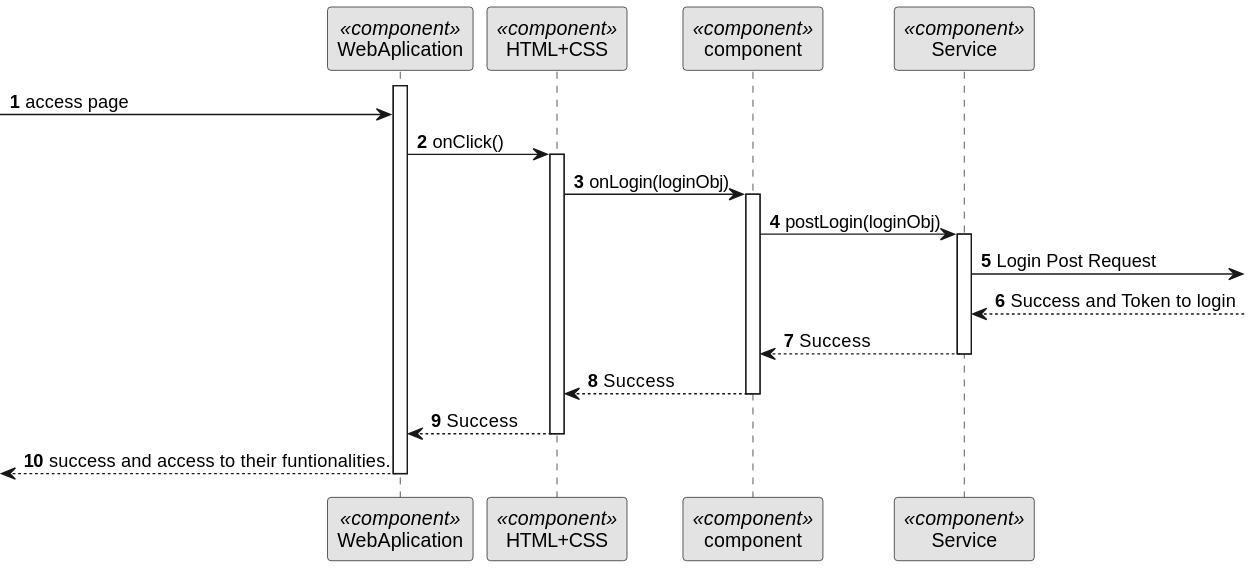
Earlier version of the PlantUML export docs/BackofficeModule/7.2.2/sequence-diagram-3.svg (Ana-Miguel-Silva/SurgicalAppointmentAndResourceManagement).
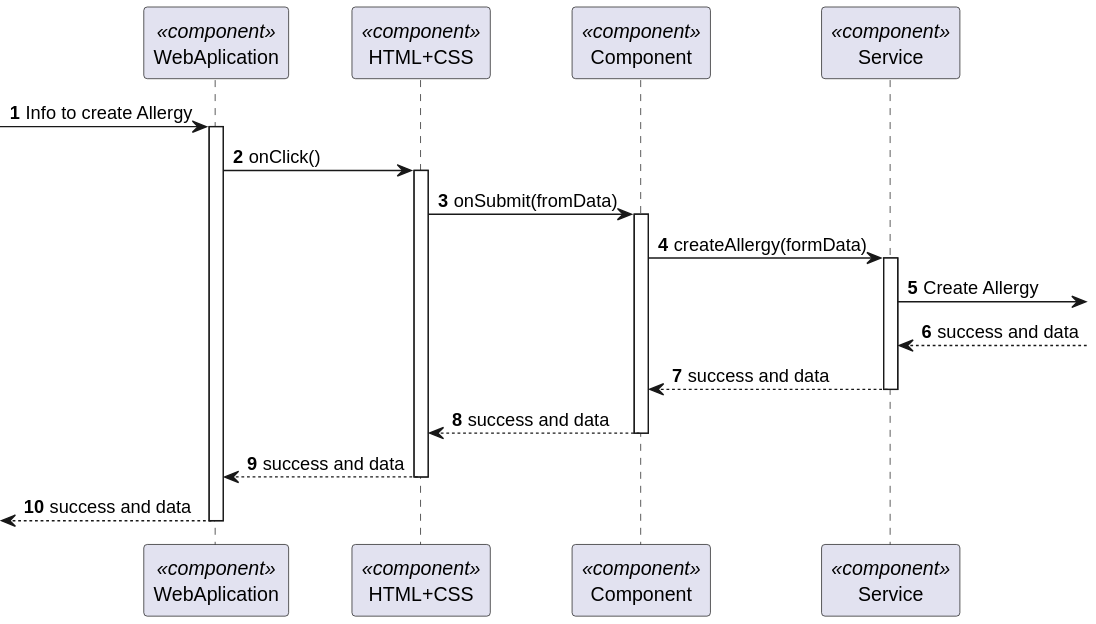
After the change.

Change to the diagram source:
```diff
@@ -1,5 +1,4 @@
 @startuml
-skinparam monochrome true
 skinparam packageStyle rectangle
 skinparam shadowing false
 
@@ -7,43 +6,41 @@
 
 participant "WebAplication" as FE <<component>>
 participant "HTML+CSS" as HT <<component>>
-participant "component" as CM <<component>>
+participant "Component" as CM <<component>>
 participant "Service" as SERV <<component>>
 
 
+
+
+
+-> FE : Info to create Allergy
 activate FE
--> FE: access page
 
 FE -> HT : onClick()
 activate HT
 
-
-HT -> CM : onLogin(loginObj)
-
+HT -> CM : onSubmit(fromData)
 activate CM
 
-CM -> SERV : postLogin(loginObj)
+CM -> SERV : createAllergy(formData)
+activate SERV
 
- activate SERV
+SERV -> : Create Allergy
 
-  SERV -> : Login Post Request
-
- SERV <-- : Success and Token to login
-
-SERV --> CM : Success
+ SERV <--: success and data
 
 
-deactivate SERV
+ SERV--> CM : success and data
 
-CM --> HT : Success
-deactivate CM
+deactivate  SERV
+
+ CM --> HT : success and data
+  deactivate CM
+ HT --> FE : success and data
+
+deactivate HT
 
 
-
-HT --> FE : Success
-deactivate HT
-
-<--- FE : success and access to their funtionalities.
-
+<-- FE   : success and data
 deactivate FE
 @enduml
```
